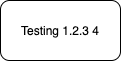
Before: Test Embedding.drawio.png, a diagram exported from draw.io (philip-gai/github-drawio-demo). Source tidied: cells renumbered, new cells last; positions are measured from the earlier drawing's top-left corner, leaving out a move shared by most shapes.
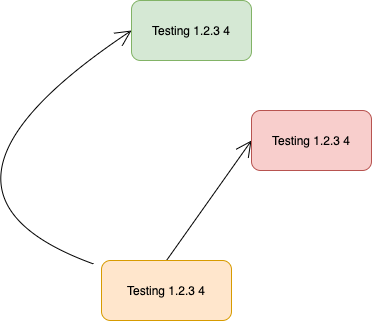
After the commit.

What changed in the source:
```diff
@@ -2,8 +2,24 @@
   <root>
     <mxCell id="0" />
     <mxCell id="1" parent="0" />
-    <mxCell id="2" value="Testing 1.2.3 4" style="rounded=1;whiteSpace=wrap;html=1;" parent="1" vertex="1">
+    <mxCell id="2" value="Testing 1.2.3 4" style="rounded=1;whiteSpace=wrap;html=1;fillColor=#d5e8d4;strokeColor=#82b366;" parent="1" vertex="1">
       <mxGeometry width="120" height="60" as="geometry" />
     </mxCell>
+    <mxCell id="3" style="edgeStyle=none;jettySize=auto;html=1;entryX=0;entryY=0.5;entryDx=0;entryDy=0;endArrow=open;startSize=14;endSize=14;sourcePerimeterSpacing=8;targetPerimeterSpacing=8;exitX=0.5;exitY=0;exitDx=0;exitDy=0;strokeColor=default;curved=1;" parent="1" edge="1" source="5" target="6">
+      <mxGeometry relative="1" as="geometry" />
+    </mxCell>
+    <mxCell id="4" style="edgeStyle=none;curved=1;jettySize=auto;html=1;entryX=0;entryY=0.5;entryDx=0;entryDy=0;endArrow=open;startSize=14;endSize=14;sourcePerimeterSpacing=8;targetPerimeterSpacing=8;strokeColor=default;" parent="1" edge="1" source="5" target="2">
+      <mxGeometry relative="1" as="geometry">
+        <Array as="points">
+          <mxPoint x="-240" y="190" />
+        </Array>
+      </mxGeometry>
+    </mxCell>
+    <mxCell id="5" value="Testing 1.2.3 4" style="rounded=1;whiteSpace=wrap;html=1;fillColor=#ffe6cc;strokeColor=#d79b00;" parent="1" vertex="1">
+      <mxGeometry x="-30" y="260" width="130" height="60" as="geometry" />
+    </mxCell>
+    <mxCell id="6" value="Testing 1.2.3 4" style="rounded=1;whiteSpace=wrap;html=1;fillColor=#f8cecc;strokeColor=#b85450;" parent="1" vertex="1">
+      <mxGeometry x="120" y="110" width="120" height="60" as="geometry" />
+    </mxCell>
   </root>
 </mxGraphModel>
```
